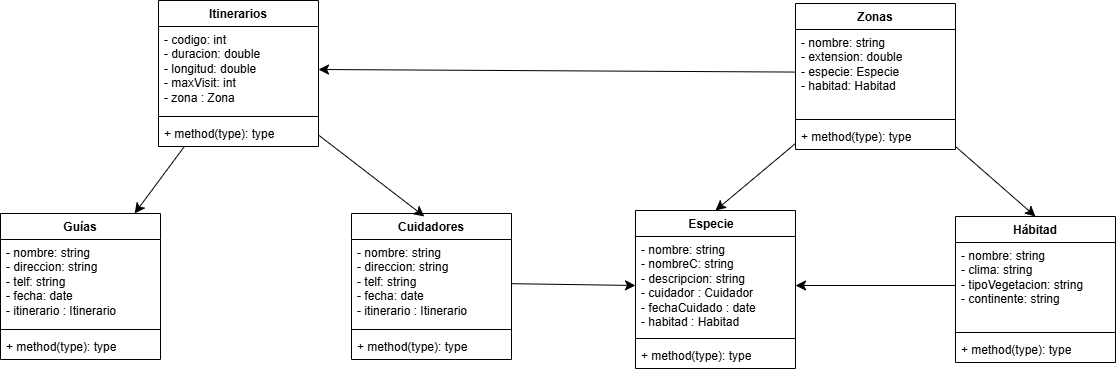
Earlier version of the draw.io export Development Environment/Diagrama sin título.drawio.png (Samue45/1-DAM). Source tidied: cells renumbered, new cells last; positions are measured from the earlier drawing's top-left corner, leaving out a move shared by most shapes.
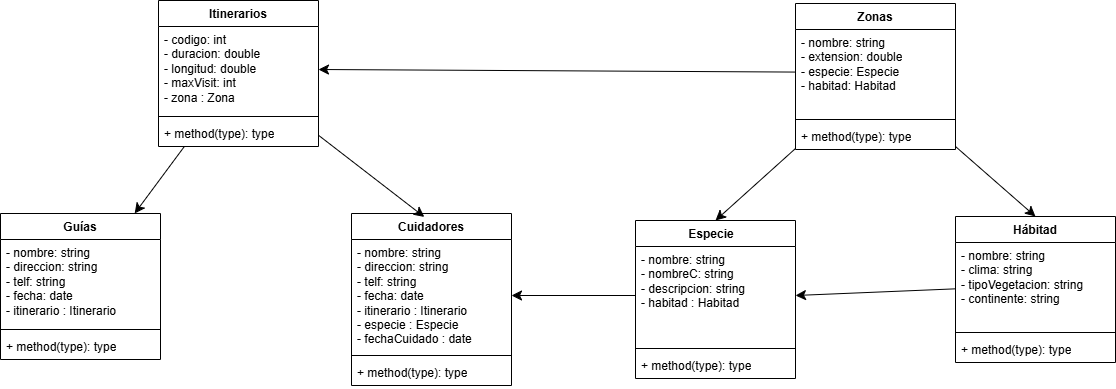
After the commit.

Diff of the diagram source:
```diff
@@ -3,9 +3,9 @@
     <mxCell id="0" />
     <mxCell id="1" parent="0" />
     <mxCell id="2" value="Especie&lt;span style=&quot;white-space: pre;&quot;&gt;&#9;&lt;/span&gt;" style="swimlane;fontStyle=1;align=center;verticalAlign=top;horizontal=1;startSize=26;whiteSpace=wrap;html=1;" parent="1" vertex="1">
-      <mxGeometry x="635" y="210" width="160" height="158" as="geometry" />
+      <mxGeometry x="635" y="220" width="160" height="158" as="geometry" />
     </mxCell>
-    <mxCell id="3" value="- nombre: string&amp;nbsp;&lt;div&gt;- nombreC: string&amp;nbsp;&lt;div&gt;- descripcion: string&amp;nbsp;&lt;div&gt;- cuidador : Cuidador&lt;/div&gt;&lt;/div&gt;&lt;/div&gt;&lt;div&gt;- fechaCuidado : date&lt;/div&gt;&lt;div&gt;- habitad : Habitad&lt;/div&gt;" style="text;strokeColor=none;fillColor=none;align=left;verticalAlign=top;spacingLeft=4;spacingRight=4;overflow=hidden;points=[[0,0.5],[1,0.5]];portConstraint=eastwest;whiteSpace=wrap;html=1;" parent="2" vertex="1">
+    <mxCell id="3" value="- nombre: string&amp;nbsp;&lt;div&gt;- nombreC: string&amp;nbsp;&lt;div&gt;- descripcion: string&amp;nbsp;&lt;/div&gt;&lt;/div&gt;&lt;div&gt;- habitad : Habitad&lt;/div&gt;" style="text;strokeColor=none;fillColor=none;align=left;verticalAlign=top;spacingLeft=4;spacingRight=4;overflow=hidden;points=[[0,0.5],[1,0.5]];portConstraint=eastwest;whiteSpace=wrap;html=1;" parent="2" vertex="1">
       <mxGeometry y="26" width="160" height="98" as="geometry" />
     </mxCell>
     <mxCell id="4" style="line;strokeWidth=1;fillColor=none;align=left;verticalAlign=middle;spacingTop=-1;spacingLeft=3;spacingRight=3;labelPosition=right;strokeColor=inherit;" parent="2" vertex="1">
@@ -72,16 +72,16 @@
       <mxGeometry y="120" width="160" height="26" as="geometry" />
     </mxCell>
     <mxCell id="25" value="Cuidadores" style="swimlane;fontStyle=1;align=center;verticalAlign=top;horizontal=1;startSize=26;whiteSpace=wrap;html=1;" parent="1" vertex="1">
-      <mxGeometry x="351" y="213" width="160" height="146" as="geometry" />
+      <mxGeometry x="351" y="213" width="160" height="172" as="geometry" />
     </mxCell>
-    <mxCell id="26" value="&lt;div&gt;&lt;div&gt;&lt;div&gt;- nombre: string&lt;/div&gt;&lt;/div&gt;&lt;/div&gt;&lt;div&gt;- direccion: string&lt;/div&gt;&lt;div&gt;- telf: string&lt;/div&gt;&lt;div&gt;- fecha: date&lt;/div&gt;&lt;div&gt;- itinerario : Itinerario&lt;/div&gt;" style="text;strokeColor=none;fillColor=none;align=left;verticalAlign=top;spacingLeft=4;spacingRight=4;overflow=hidden;points=[[0,0.5],[1,0.5]];portConstraint=eastwest;whiteSpace=wrap;html=1;" parent="25" vertex="1">
-      <mxGeometry y="26" width="160" height="86" as="geometry" />
+    <mxCell id="26" value="&lt;div&gt;&lt;div&gt;&lt;div&gt;- nombre: string&lt;/div&gt;&lt;/div&gt;&lt;/div&gt;&lt;div&gt;- direccion: string&lt;/div&gt;&lt;div&gt;- telf: string&lt;/div&gt;&lt;div&gt;- fecha: date&lt;/div&gt;&lt;div&gt;- itinerario : Itinerario&lt;/div&gt;&lt;div&gt;- especie : Especie&lt;/div&gt;&lt;div&gt;- fechaCuidado : date&lt;/div&gt;" style="text;strokeColor=none;fillColor=none;align=left;verticalAlign=top;spacingLeft=4;spacingRight=4;overflow=hidden;points=[[0,0.5],[1,0.5]];portConstraint=eastwest;whiteSpace=wrap;html=1;" parent="25" vertex="1">
+      <mxGeometry y="26" width="160" height="112" as="geometry" />
     </mxCell>
     <mxCell id="27" style="line;strokeWidth=1;fillColor=none;align=left;verticalAlign=middle;spacingTop=-1;spacingLeft=3;spacingRight=3;labelPosition=right;strokeColor=inherit;" parent="25" vertex="1">
-      <mxGeometry y="112" width="160" height="8" as="geometry" />
+      <mxGeometry y="138" width="160" height="8" as="geometry" />
     </mxCell>
     <mxCell id="28" value="+ method(type): type" style="text;strokeColor=none;fillColor=none;align=left;verticalAlign=top;spacingLeft=4;spacingRight=4;overflow=hidden;whiteSpace=wrap;html=1;" parent="25" vertex="1">
-      <mxGeometry y="120" width="160" height="26" as="geometry" />
+      <mxGeometry y="146" width="160" height="26" as="geometry" />
     </mxCell>
     <mxCell id="29" style="edgeStyle=none;curved=1;rounded=0;jettySize=auto;html=1;entryX=0.455;entryY=0.02;entryDx=0;entryDy=0;entryPerimeter=0;fontSize=12;startSize=8;endSize=8;" parent="1" edge="1" source="17" target="25">
       <mxGeometry relative="1" as="geometry" />
@@ -92,8 +92,8 @@
     <mxCell id="31" style="edgeStyle=none;curved=1;rounded=0;jettySize=auto;html=1;entryX=1;entryY=0.5;entryDx=0;entryDy=0;fontSize=12;startSize=8;endSize=8;" parent="1" edge="1" source="13" target="18">
       <mxGeometry relative="1" as="geometry" />
     </mxCell>
-    <mxCell id="32" style="edgeStyle=none;curved=1;rounded=0;jettySize=auto;html=1;entryX=0;entryY=0.5;entryDx=0;entryDy=0;fontSize=12;startSize=8;endSize=8;" parent="1" edge="1" source="26" target="3">
-      <mxGeometry relative="1" as="geometry" />
-    </mxCell>
+    <mxCell id="33" style="edgeStyle=none;curved=1;rounded=0;jettySize=auto;html=1;entryX=1;entryY=0.5;entryDx=0;entryDy=0;fontSize=12;startSize=8;endSize=8;" parent="1" edge="1" source="3" target="26">
+      <mxGeometry relative="1" as="geometry" />
+    </mxCell>
   </root>
 </mxGraphModel>
```
